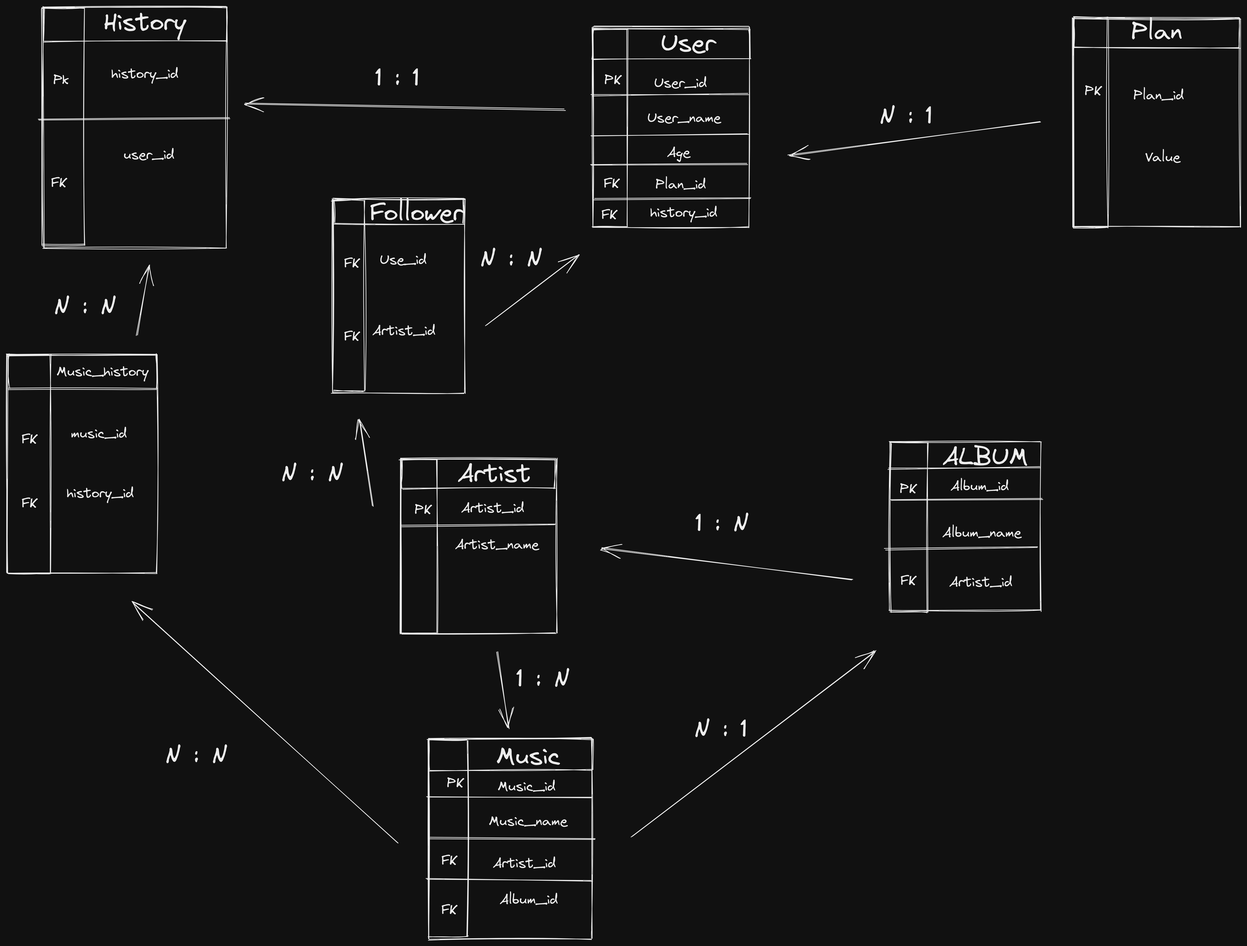
Earlier version of the Excalidraw export normalize_table_vinicius.png (lmuffato/Project-mysql-one-for-all-Trybe). Source tidied: one line per element, renumbered; positions are measured from the earlier drawing's top-left corner, leaving out a move shared by most shapes.
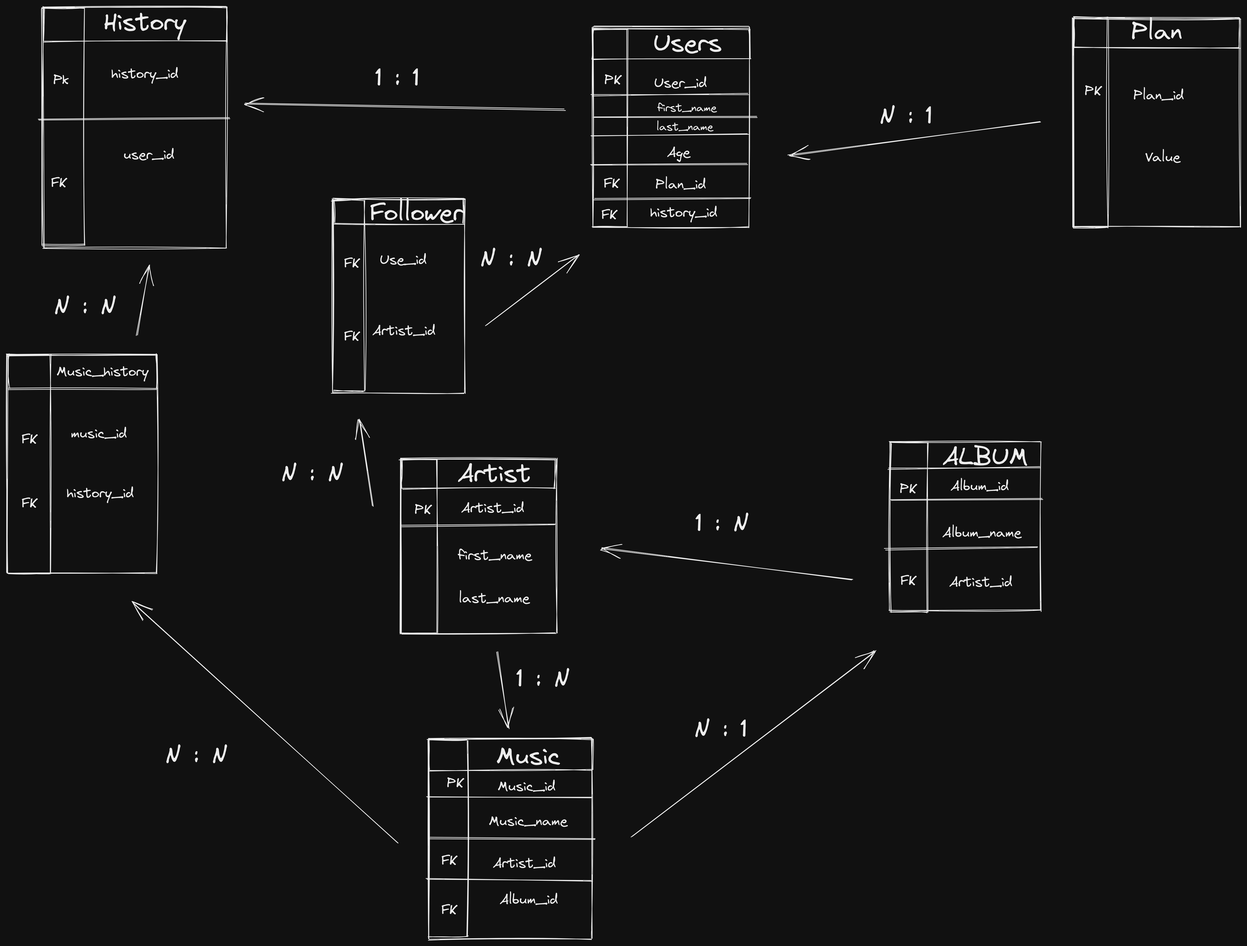
The same file after the commit.

Commit message:
create table code

The edit, as a diff of the source:
```diff
@@ -28,15 +28,14 @@
 {"id": 27, "type": "rectangle", "strokeColor": "#000000", "strokeWidth": 1, "roughness": 1, "x": 573, "y": 660, "width": 53, "height": 253}
 {"id": 28, "type": "text", "text": "Artist", "strokeColor": "#000000", "strokeWidth": 1, "roughness": 1, "fontSize": 36, "fontFamily": 1, "textAlign": "center", "verticalAlign": "middle", "x": 657, "y": 659, "width": 107, "height": 45}
 {"id": 29, "type": "text", "text": "Artist_id\n", "strokeColor": "#000000", "strokeWidth": 1, "roughness": 1, "fontSize": 20, "fontFamily": 1, "x": 662, "y": 719, "width": 92, "height": 50}
-{"id": 30, "type": "text", "text": "Artist_name\n", "strokeColor": "#000000", "strokeWidth": 1, "roughness": 1, "fontSize": 20, "fontFamily": 1, "x": 653, "y": 772, "width": 122, "height": 50}
+{"id": 30, "type": "text", "text": "first_name", "strokeColor": "#000000", "strokeWidth": 1, "roughness": 1, "fontSize": 20, "fontFamily": 1, "x": 658, "y": 788, "width": 108, "height": 25}
 {"id": 31, "type": "line", "strokeColor": "#000000", "strokeWidth": 1, "roughness": 1, "x": 574, "y": 757, "width": 226, "height": 1, "points": [[0, 0], [226, -1]]}
 {"id": 32, "type": "text", "text": "PK", "strokeColor": "#000000", "strokeWidth": 1, "roughness": 1, "fontSize": 20, "fontFamily": 1, "x": 594, "y": 721, "width": 25, "height": 25}
 {"id": 33, "type": "rectangle", "strokeColor": "#000000", "strokeWidth": 1, "roughness": 1, "x": 854, "y": 29, "width": 228, "height": 293}
 {"id": 34, "type": "rectangle", "strokeColor": "#000000", "strokeWidth": 1, "roughness": 1, "x": 854, "y": 33, "width": 229, "height": 43}
 {"id": 35, "type": "rectangle", "strokeColor": "#000000", "strokeWidth": 1, "roughness": 1, "x": 854, "y": 33, "width": 49, "height": 287}
-{"id": 36, "type": "text", "text": "User\n", "strokeColor": "#000000", "strokeWidth": 1, "roughness": 1, "fontSize": 36, "fontFamily": 1, "textAlign": "center", "x": 953, "y": 31, "width": 80, "height": 90}
+{"id": 36, "type": "text", "text": "Users\n", "strokeColor": "#000000", "strokeWidth": 1, "roughness": 1, "fontSize": 36, "fontFamily": 1, "textAlign": "center", "x": 942, "y": 31, "width": 100, "height": 90}
 {"id": 37, "type": "text", "text": "User_id\n", "strokeColor": "#000000", "strokeWidth": 1, "roughness": 1, "fontSize": 20, "fontFamily": 1, "x": 943, "y": 99, "width": 77, "height": 50}
-{"id": 38, "type": "text", "text": "User_name", "strokeColor": "#000000", "strokeWidth": 1, "roughness": 1, "fontSize": 20, "fontFamily": 1, "textAlign": "center", "verticalAlign": "middle", "x": 934, "y": 150, "width": 107, "height": 25}
 {"id": 39, "type": "text", "text": "Age", "strokeColor": "#000000", "strokeWidth": 1, "roughness": 1, "fontSize": 20, "fontFamily": 1, "x": 962, "y": 200, "width": 34, "height": 25}
 {"id": 40, "type": "text", "text": "Plan_id\n", "strokeColor": "#000000", "strokeWidth": 1, "roughness": 1, "fontSize": 20, "fontFamily": 1, "x": 946, "y": 247, "width": 73, "height": 50}
 {"id": 41, "type": "text", "text": "history_id\n", "strokeColor": "#000000", "strokeWidth": 1, "roughness": 1, "fontSize": 20, "fontFamily": 1, "x": 938, "y": 288, "width": 98, "height": 50}
@@ -97,3 +96,7 @@
 {"id": 96, "type": "text", "text": "1 : N", "strokeColor": "#000000", "strokeWidth": 1, "roughness": 1, "fontSize": 36, "fontFamily": 1, "x": 743, "y": 958, "width": 78, "height": 45}
 {"id": 97, "type": "text", "text": "N : N", "strokeColor": "#000000", "strokeWidth": 1, "roughness": 1, "fontSize": 36, "fontFamily": 1, "x": 399, "y": 658, "width": 91, "height": 45}
 {"id": 98, "type": "text", "text": "N : N", "strokeColor": "#000000", "strokeWidth": 1, "roughness": 1, "fontSize": 36, "fontFamily": 1, "x": 689, "y": 345, "width": 91, "height": 45}
+{"id": 99, "type": "text", "text": "first_name", "strokeColor": "#000000", "strokeWidth": 1, "roughness": 1, "fontSize": 16, "fontFamily": 1, "x": 949, "y": 138, "width": 86, "height": 20}
+{"id": 100, "type": "text", "text": "last_name", "strokeColor": "#000000", "strokeWidth": 1, "roughness": 1, "fontSize": 16, "fontFamily": 1, "textAlign": "center", "verticalAlign": "middle", "x": 947, "y": 166, "width": 83, "height": 20}
+{"id": 101, "type": "line", "strokeColor": "#000000", "strokeWidth": 1, "roughness": 1, "x": 855, "y": 161, "width": 238, "height": 0, "points": [[0, 0], [238, 0]]}
+{"id": 102, "type": "text", "text": "last_name", "strokeColor": "#000000", "strokeWidth": 1, "roughness": 1, "fontSize": 20, "fontFamily": 1, "x": 659, "y": 850, "width": 104, "height": 25}
```
